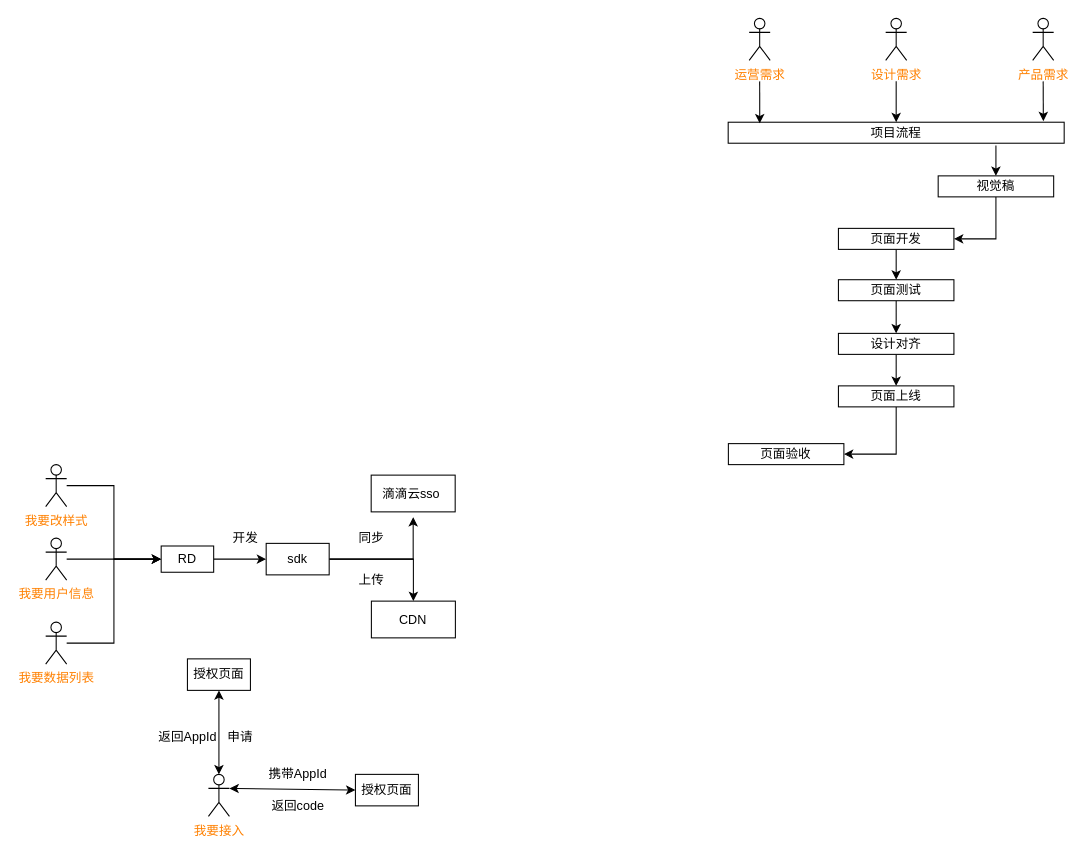
zyx1992/hexoDocs keeps this draw.io diagram as page "Page-1" (1 of 7) of Untitled Diagram.drawio. Above is the earlier version. Source tidied: cells renumbered, new cells numbered last; positions are measured from the earlier drawing's top-left corner, leaving out a move shared by most shapes. Both pictures are drawn from the tidied source at 105%, with x=0, y=0 at pixel (45, 18).
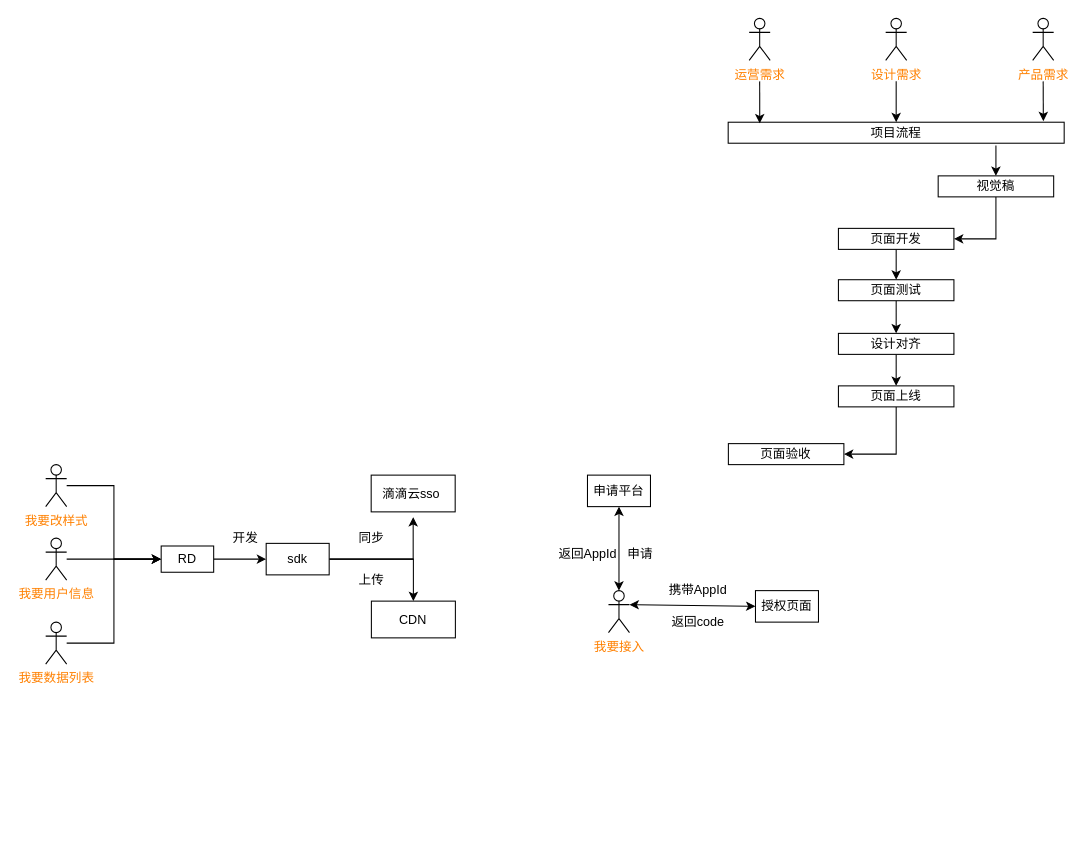
After the change.

The edit, as a diff of the source:
```diff
@@
     <mxCell id="18" value="&lt;font color=&quot;#ff8000&quot;&gt;我要接入&lt;/font&gt;" style="shape=umlActor;verticalLabelPosition=bottom;verticalAlign=top;html=1;outlineConnect=0;" parent="1" vertex="1">
-      <mxGeometry x="155" y="720" width="20" height="40" as="geometry" />
+      <mxGeometry x="536" y="545" width="20" height="40" as="geometry" />
     </mxCell>
     <mxCell id="19" value="授权页面" style="rounded=0;whiteSpace=wrap;html=1;" parent="1" vertex="1">
-      <mxGeometry x="295" y="720" width="60" height="30" as="geometry" />
+      <mxGeometry x="676" y="545" width="60" height="30" as="geometry" />
     </mxCell>
-    <mxCell id="20" value="授权页面" style="rounded=0;whiteSpace=wrap;html=1;" parent="1" vertex="1">
-      <mxGeometry x="135" y="610" width="60" height="30" as="geometry" />
+    <mxCell id="20" value="申请平台" style="rounded=0;whiteSpace=wrap;html=1;" parent="1" vertex="1">
+      <mxGeometry x="516" y="435" width="60" height="30" as="geometry" />
     </mxCell>
@@
     <mxCell id="22" value="申请" style="text;html=1;align=center;verticalAlign=middle;" parent="1" vertex="1">
-      <mxGeometry x="165" y="675" width="40" height="20" as="geometry" />
+      <mxGeometry x="546" y="500" width="40" height="20" as="geometry" />
     </mxCell>
     <mxCell id="23" value="返回AppId" style="text;html=1;align=center;verticalAlign=middle;" parent="1" vertex="1">
-      <mxGeometry x="100" y="675" width="70" height="20" as="geometry" />
+      <mxGeometry x="481" y="500" width="70" height="20" as="geometry" />
     </mxCell>
@@
     <mxCell id="25" value="携带AppId" style="text;html=1;align=center;verticalAlign=middle;" parent="1" vertex="1">
-      <mxGeometry x="205" y="710" width="70" height="20" as="geometry" />
+      <mxGeometry x="586" y="535" width="70" height="20" as="geometry" />
     </mxCell>
     <mxCell id="26" value="返回code" style="text;html=1;align=center;verticalAlign=middle;" parent="1" vertex="1">
-      <mxGeometry x="205" y="740" width="70" height="20" as="geometry" />
+      <mxGeometry x="586" y="565" width="70" height="20" as="geometry" />
     </mxCell>
```
